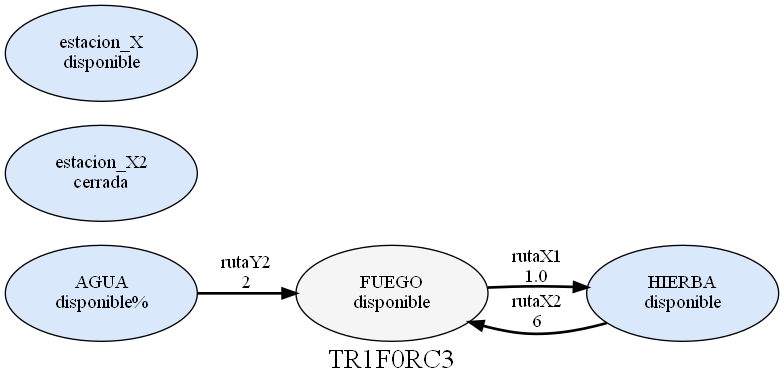
This is Images/Ruta.gv.png from AdrianMolina2000/-LF-Proyecto1, a Graphviz export, as it was before one commit. Its source is kept beside it as Images/Ruta.gv.
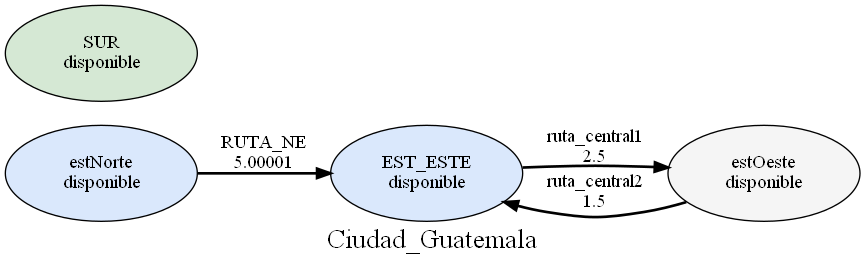
After the commit.

Change to the diagram source:
```diff
@@ -1,27 +1,24 @@
 digraph Ruta {
+	node [color=black fillcolor="#dae8fc" fixedsize=true height=1 shape=oval style=filled width=2]
+	estnorte [label="estNorte
+disponible"]
 	node [color=black fillcolor="#f5f5f5" fixedsize=true height=1 shape=oval style=filled width=2]
-	fuego [label="FUEGO
+	estoeste [label="estOeste
 disponible"]
 	node [color=black fillcolor="#dae8fc" fixedsize=true height=1 shape=oval style=filled width=2]
-	agua [label="AGUA
-disponible%"]
-	node [color=black fillcolor="#dae8fc" fixedsize=true height=1 shape=oval style=filled width=2]
-	hierba [label="HIERBA
+	est_este [label="EST_ESTE
 disponible"]
-	node [color=black fillcolor="#dae8fc" fixedsize=true height=1 shape=oval style=filled width=2]
-	estacion_x2 [label="estacion_X2
-cerrada"]
-	node [color=black fillcolor="#dae8fc" fixedsize=true height=1 shape=oval style=filled width=2]
-	estacion_x [label="estacion_X
+	node [color=black fillcolor="#d5e8d4" fixedsize=true height=1 shape=oval style=filled width=2]
+	sur [label="SUR
 disponible"]
-	fuego -> hierba [label="rutaX1
-1.0" style=bold]
-	hierba -> fuego [label="rutaX2
-6" style=bold]
-	agua -> fuego [label="rutaY2
-2" style=bold]
+	est_este -> estoeste [label="ruta_central1
+2.5" style=bold]
+	estoeste -> est_este [label="ruta_central2
+1.5" style=bold]
+	estnorte -> est_este [label="RUTA_NE
+5.00001" style=bold]
 	overlap=false
-	label=TR1F0RC3
+	label=Ciudad_Guatemala
 	fontsize=20
 	rankdir=LR
 }
```
